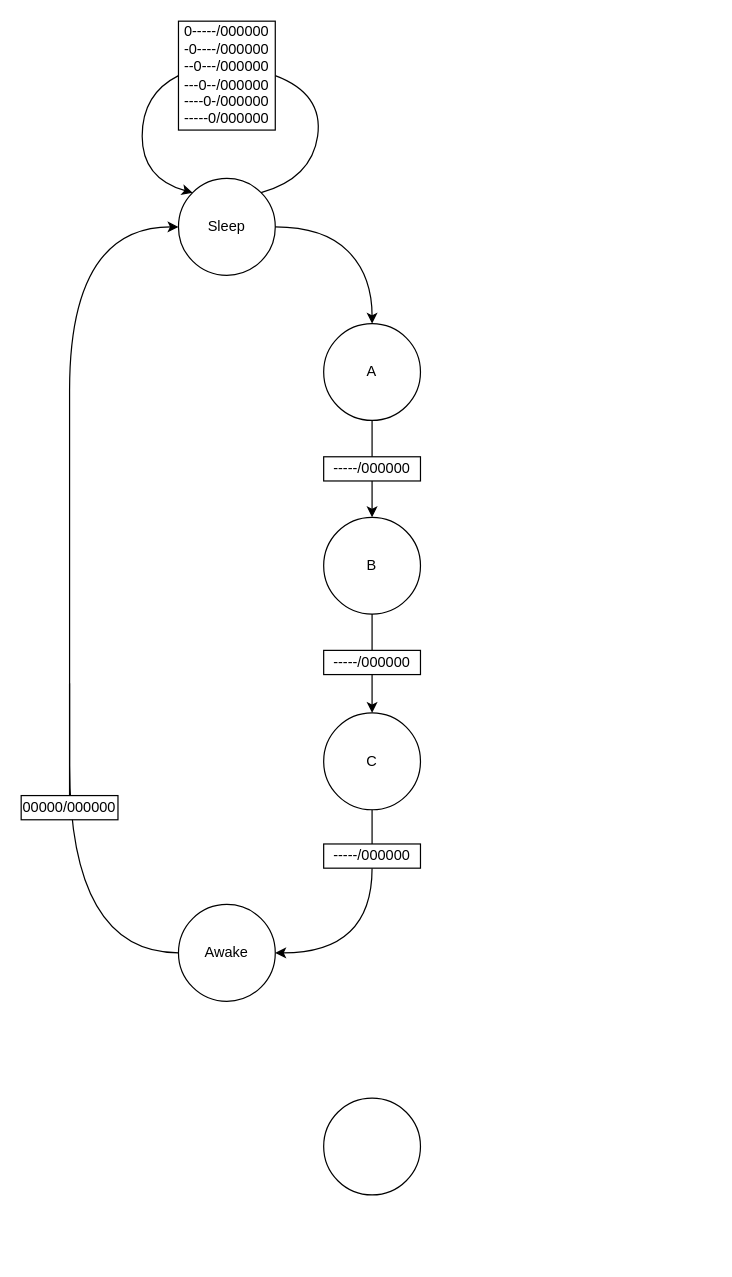
Above: sis.drawio in michipase/drawio (draw.io), before the change. Source tidied: cells renumbered, new cells numbered last; positions are measured from the earlier drawing's top-left corner, leaving out a move shared by most shapes. Both pictures are drawn from the tidied source at 121%, with x=0, y=0 at pixel (21, 21).
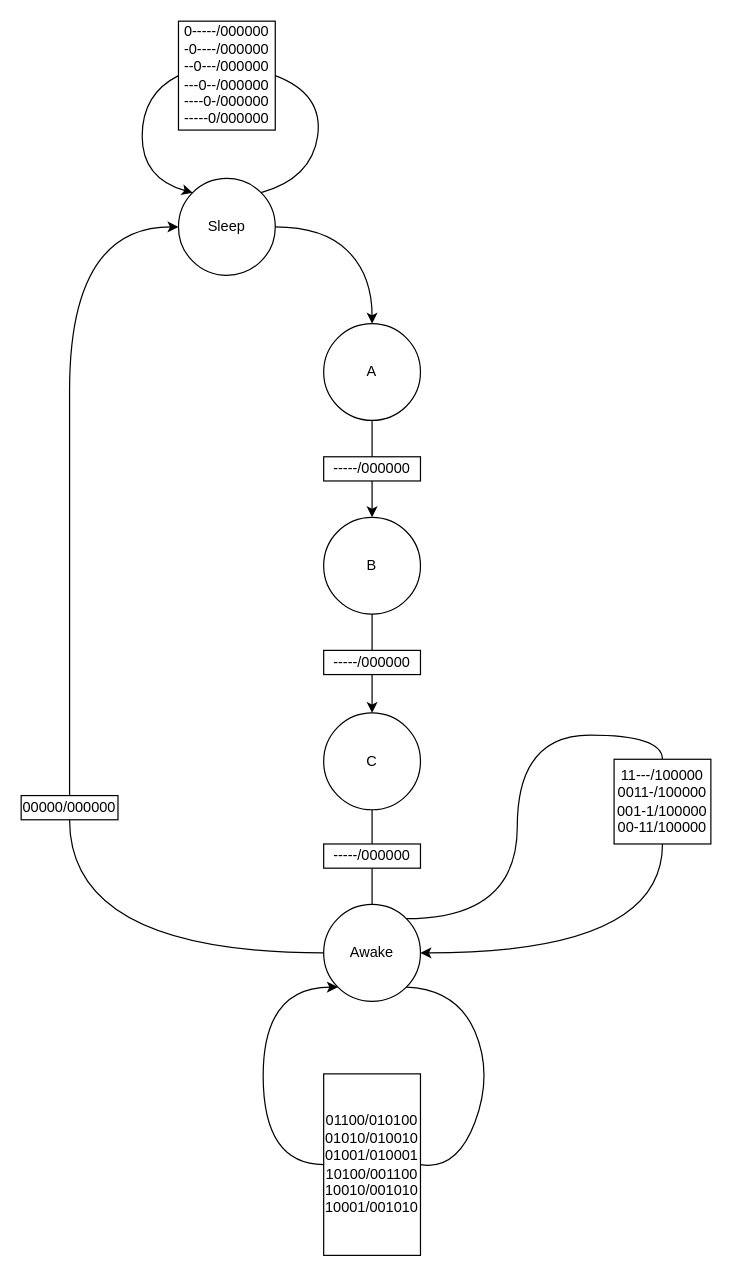
The same page after the edit.

Unchanged cells that the change refers to:
```xml
<mxCell id="16" value="-----/000000" style="rounded=0;whiteSpace=wrap;html=1;" parent="1" vertex="1">
  <mxGeometry x="250" y="680" width="80" height="20" as="geometry" />
</mxCell>
<mxCell id="18" value="00000/000000" style="rounded=0;whiteSpace=wrap;html=1;" parent="1" vertex="1">
  <mxGeometry y="640" width="80" height="20" as="geometry" />
</mxCell>
```

The edit, as a diff of the source:
```diff
@@
-    <mxCell id="8" style="edgeStyle=orthogonalEdgeStyle;rounded=0;jettySize=auto;html=1;exitX=0.5;exitY=1;exitDx=0;exitDy=0;entryX=1;entryY=0.5;entryDx=0;entryDy=0;curved=1;startArrow=none;" parent="1" edge="1" source="16" target="14">
-      <mxGeometry relative="1" as="geometry" />
+    <mxCell id="8" style="edgeStyle=orthogonalEdgeStyle;rounded=0;jettySize=auto;html=1;exitX=0.5;exitY=1;exitDx=0;exitDy=0;entryX=0.5;entryY=0;entryDx=0;entryDy=0;curved=1;startArrow=none;" parent="1" edge="1" source="16" target="14">
+      <mxGeometry relative="1" as="geometry">
+        <Array as="points">
+          <mxPoint x="290" y="830" />
+        </Array>
+      </mxGeometry>
     </mxCell>
@@
     <mxCell id="14" value="Awake" style="ellipse;whiteSpace=wrap;html=1;" parent="1" vertex="1">
-      <mxGeometry x="130" y="730" width="80" height="80" as="geometry" />
+      <mxGeometry x="250" y="730" width="80" height="80" as="geometry" />
     </mxCell>
@@
     <mxCell id="17" style="edgeStyle=orthogonalEdgeStyle;curved=1;rounded=0;jettySize=auto;html=1;exitX=0;exitY=0.5;exitDx=0;exitDy=0;entryX=0.5;entryY=1;entryDx=0;entryDy=0;endArrow=none;" parent="1" edge="1" source="14" target="18">
       <mxGeometry relative="1" as="geometry">
         <Array as="points">
           <mxPoint x="40" y="770" />
-          <mxPoint x="40" y="460" />
         </Array>
       </mxGeometry>
     </mxCell>
@@
-    <mxCell id="21" style="ellipse;whiteSpace=wrap;html=1;" parent="1" vertex="1">
-      <mxGeometry x="250" y="890" width="80" height="80" as="geometry" />
-    </mxCell>
+    <mxCell id="22" style="edgeStyle=orthogonalEdgeStyle;curved=1;rounded=0;jettySize=auto;html=1;exitX=0.5;exitY=1;exitDx=0;exitDy=0;entryX=1;entryY=0.5;entryDx=0;entryDy=0;startArrow=none;" parent="1" edge="1" source="27" target="14">
+      <mxGeometry relative="1" as="geometry" />
+    </mxCell>
+    <mxCell id="23" style="curved=1;endArrow=none;html=1;rounded=0;exitX=1;exitY=1;exitDx=0;exitDy=0;entryX=1;entryY=0.5;entryDx=0;entryDy=0;" parent="1" edge="1" source="14" target="25">
+      <mxGeometry relative="1" as="geometry">
+        <Array as="points">
+          <mxPoint x="360" y="800" />
+          <mxPoint x="390" y="870" />
+          <mxPoint x="360" y="950" />
+        </Array>
+      </mxGeometry>
+    </mxCell>
+    <mxCell id="24" style="edgeStyle=orthogonalEdgeStyle;rounded=0;jettySize=auto;html=1;exitX=0;exitY=0.5;exitDx=0;exitDy=0;entryX=0;entryY=1;entryDx=0;entryDy=0;elbow=vertical;curved=1;" parent="1" edge="1" source="25" target="14">
+      <mxGeometry relative="1" as="geometry">
+        <Array as="points">
+          <mxPoint x="200" y="945" />
+          <mxPoint x="200" y="798" />
+        </Array>
+      </mxGeometry>
+    </mxCell>
+    <mxCell id="25" value="01100/010100&lt;br&gt;01010/010010&lt;br&gt;01001/010001&lt;br&gt;10100/001100&lt;br&gt;10010/001010&lt;br&gt;10001/001010" style="rounded=0;whiteSpace=wrap;html=1;" parent="1" vertex="1">
+      <mxGeometry x="250" y="870" width="80" height="150" as="geometry" />
+    </mxCell>
+    <mxCell id="26" style="edgeStyle=orthogonalEdgeStyle;curved=1;rounded=0;jettySize=auto;html=1;exitX=1;exitY=0;exitDx=0;exitDy=0;entryX=0.5;entryY=0;entryDx=0;entryDy=0;endArrow=none;" parent="1" edge="1" source="14" target="27">
+      <mxGeometry relative="1" as="geometry" />
+    </mxCell>
+    <mxCell id="27" value="11---/100000&lt;br&gt;0011-/100000&lt;br&gt;001-1/100000&lt;br&gt;00-11/100000" style="rounded=0;whiteSpace=wrap;html=1;" parent="1" vertex="1">
+      <mxGeometry x="490" y="610" width="80" height="70" as="geometry" />
+    </mxCell>
```
